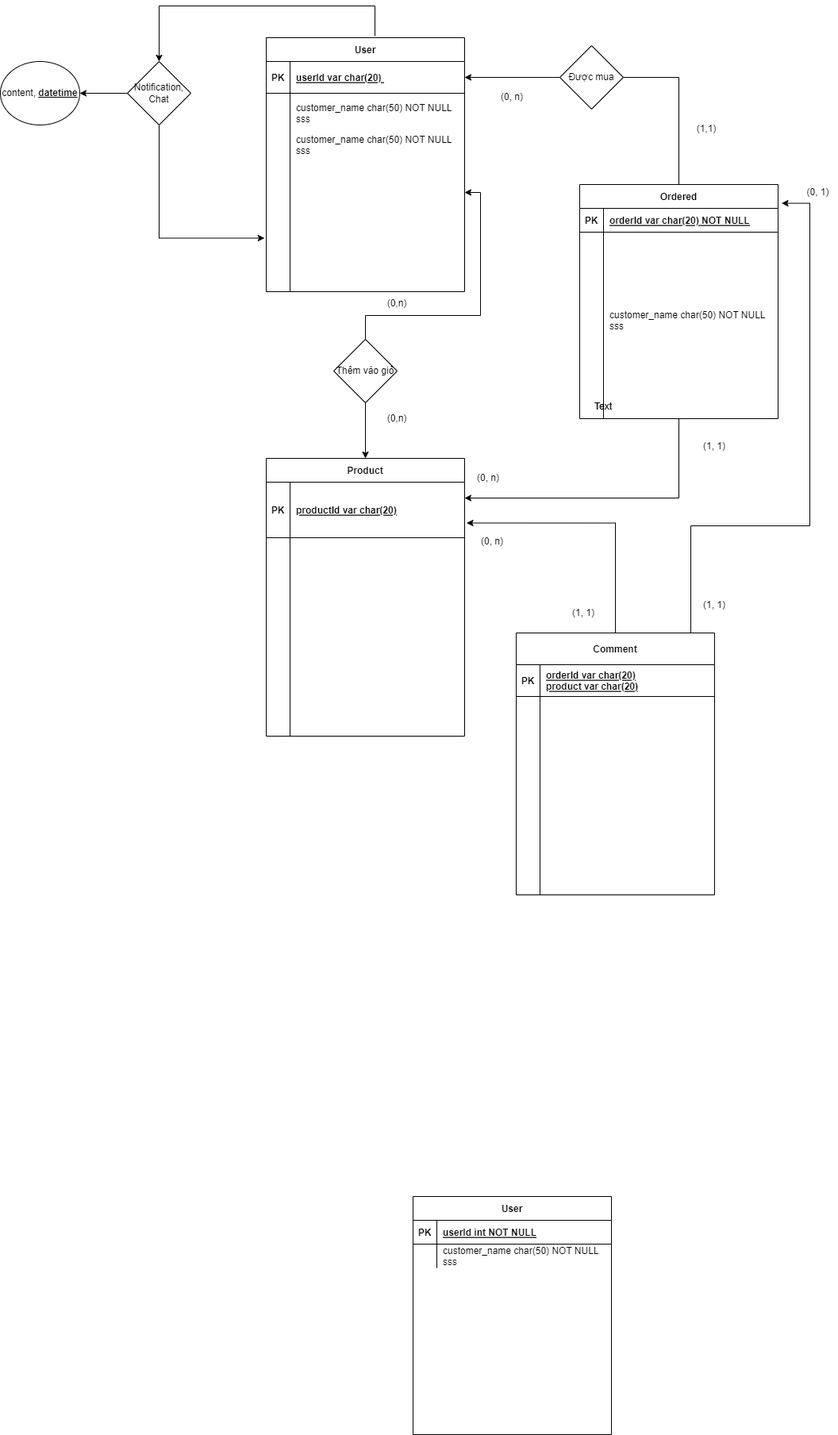
This is ER-model.drawio.png from ndphong812/intro2software-project, a draw.io export, as it was before one commit. Source tidied: cells renumbered, new cells last; positions are measured from the earlier drawing's top-left corner, leaving out a move shared by most shapes.
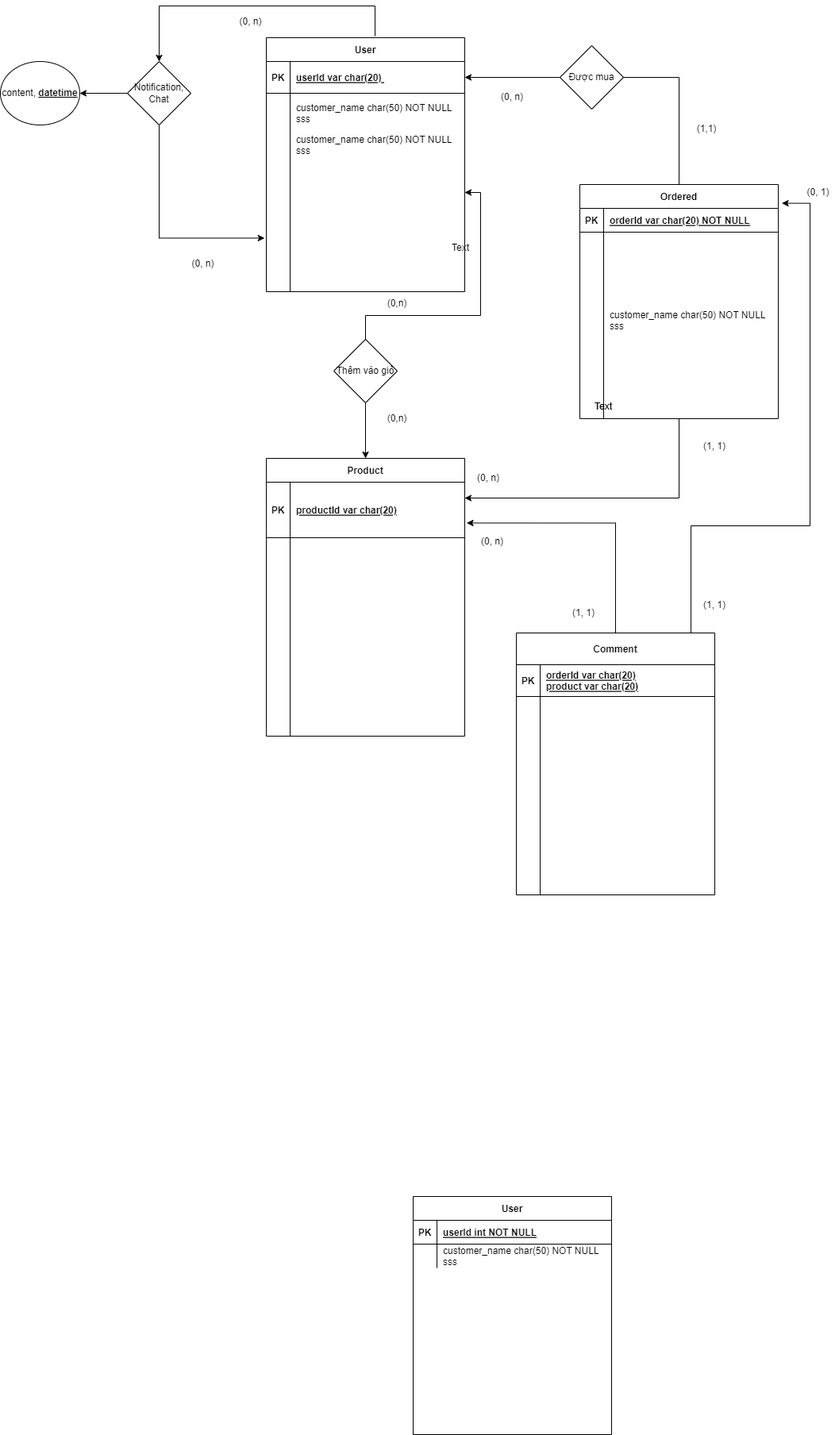
After the commit.

The edit, as a diff of the source:
```diff
@@ -207,5 +207,14 @@
     <mxCell id="63" value="content, &lt;b&gt;&lt;u&gt;datetime&lt;/u&gt;&lt;/b&gt;" style="ellipse;whiteSpace=wrap;html=1;" parent="1" vertex="1">
       <mxGeometry y="70" width="100" height="80" as="geometry" />
     </mxCell>
+    <mxCell id="64" value="Text" style="text;html=1;strokeColor=none;fillColor=none;align=center;verticalAlign=middle;whiteSpace=wrap;rounded=0;" parent="1" vertex="1">
+      <mxGeometry x="550" y="290" width="60" height="30" as="geometry" />
+    </mxCell>
+    <mxCell id="65" value="(0, n)" style="text;html=1;align=center;verticalAlign=middle;strokeColor=none;fillColor=none;" parent="1" vertex="1">
+      <mxGeometry x="290" y="5" width="50" height="30" as="geometry" />
+    </mxCell>
+    <mxCell id="66" value="(0, n)" style="text;html=1;align=center;verticalAlign=middle;strokeColor=none;fillColor=none;" parent="1" vertex="1">
+      <mxGeometry x="230" y="310" width="50" height="30" as="geometry" />
+    </mxCell>
   </root>
 </mxGraphModel>
```
